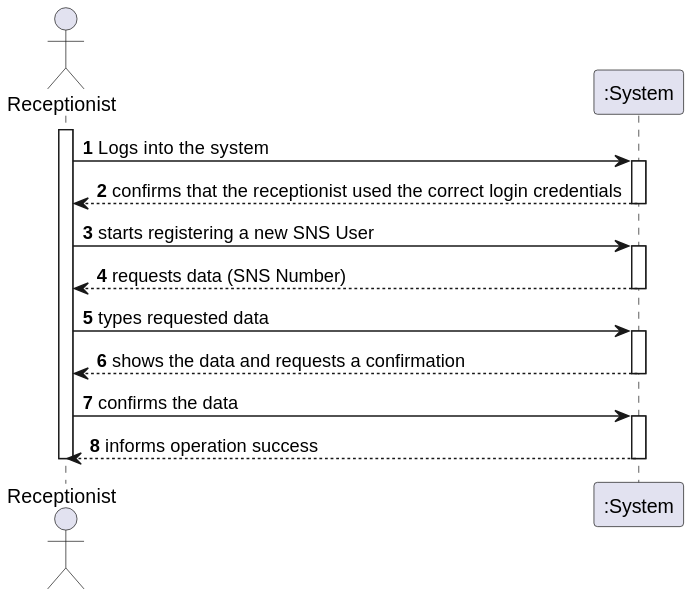
This is docs/SprintB/US/US3/US003_SSD.svg from PedroMesquita1211171/VaccinationManager, a PlantUML export, as it was before one commit. The source it was exported from:
```plantuml
@startuml
autonumber
actor "Receptionist" as rcp

activate rcp
rcp -> ":System" : Logs into the system
activate ":System"
":System" --> rcp : confirms that the receptionist used the correct login credentials
deactivate ":System"

rcp -> ":System" : starts registering a new SNS User
activate ":System"
":System" --> rcp : requests data (SNS Number)
deactivate ":System"

rcp -> ":System" : types requested data
activate ":System"
":System" --> rcp : shows the data and requests a confirmation
deactivate ":System"

rcp -> ":System" : confirms the data
activate ":System"
":System" --> rcp : informs operation success
deactivate ":System"

deactivate rcp

@enduml
```
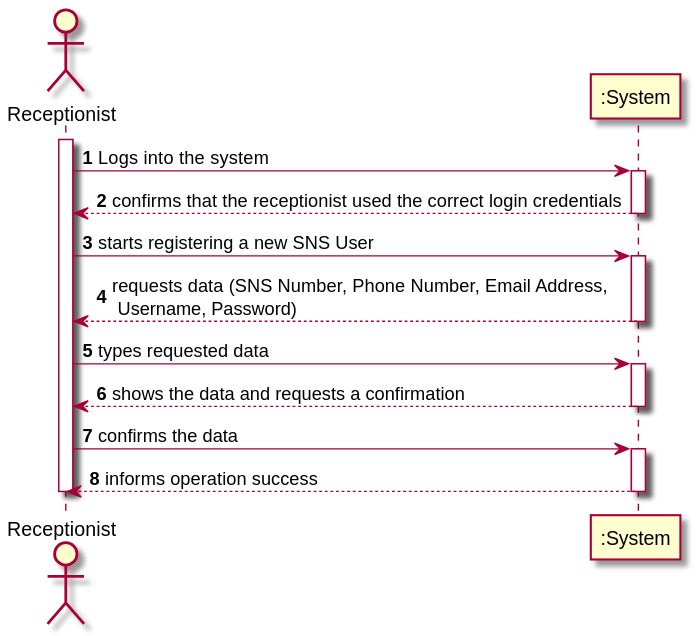
After the change.

Change to the diagram source:
```diff
@@ -10,7 +10,7 @@
 
 rcp -> ":System" : starts registering a new SNS User
 activate ":System"
-":System" --> rcp : requests data (SNS Number)
+":System" --> rcp : requests data (SNS Number, Phone Number, Email Address, \n Username, Password)
 deactivate ":System"
 
 rcp -> ":System" : types requested data
```
